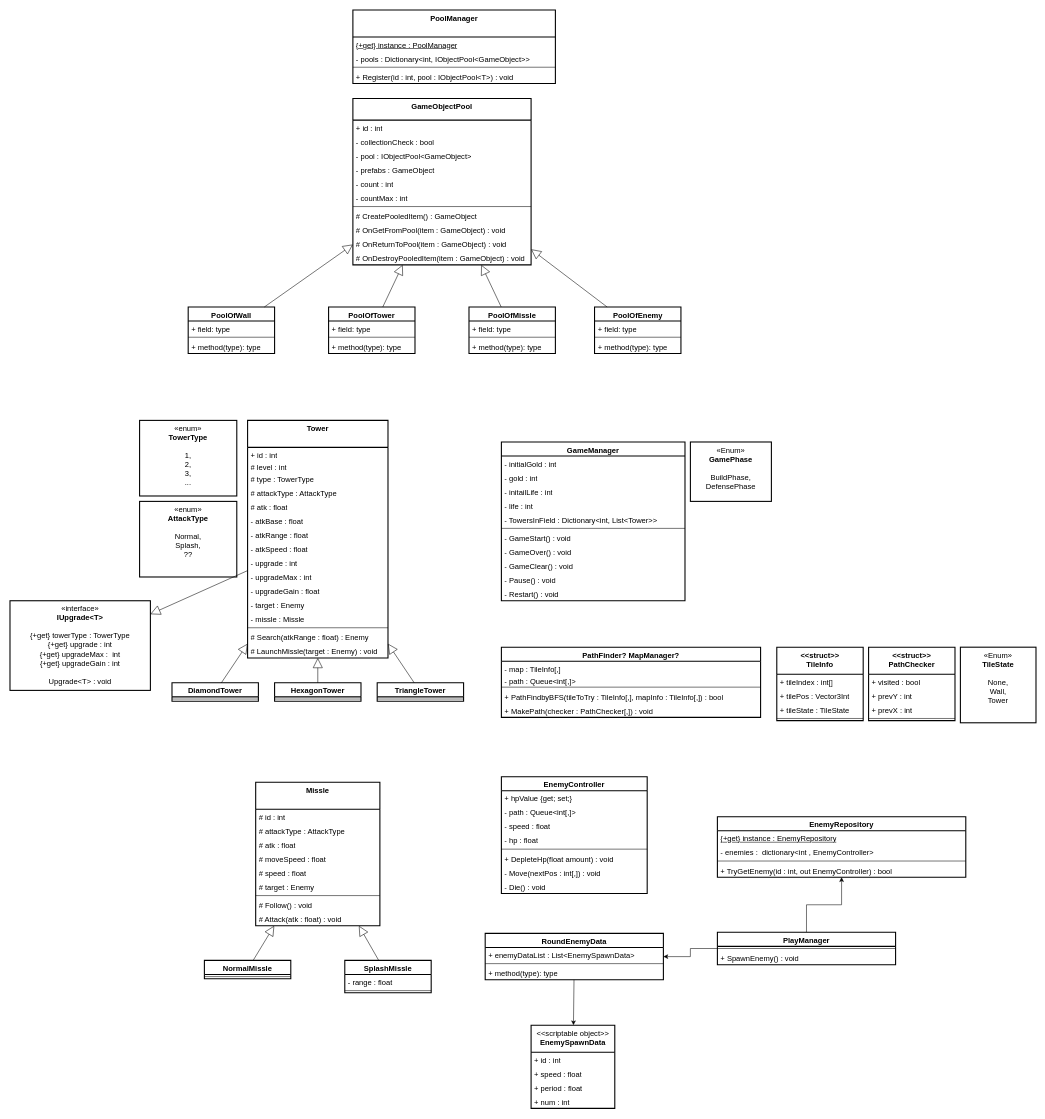
Earlier version of the draw.io diagram page "페이지-1" (1 of 3) of TD.drawio (app155/ETL_TD). Source tidied: cells renumbered, new cells numbered last; positions are measured from the earlier drawing's top-left corner, leaving out a move shared by most shapes. Both pictures are drawn from the tidied source at 54%, with x=0, y=0 at pixel (10, 10).
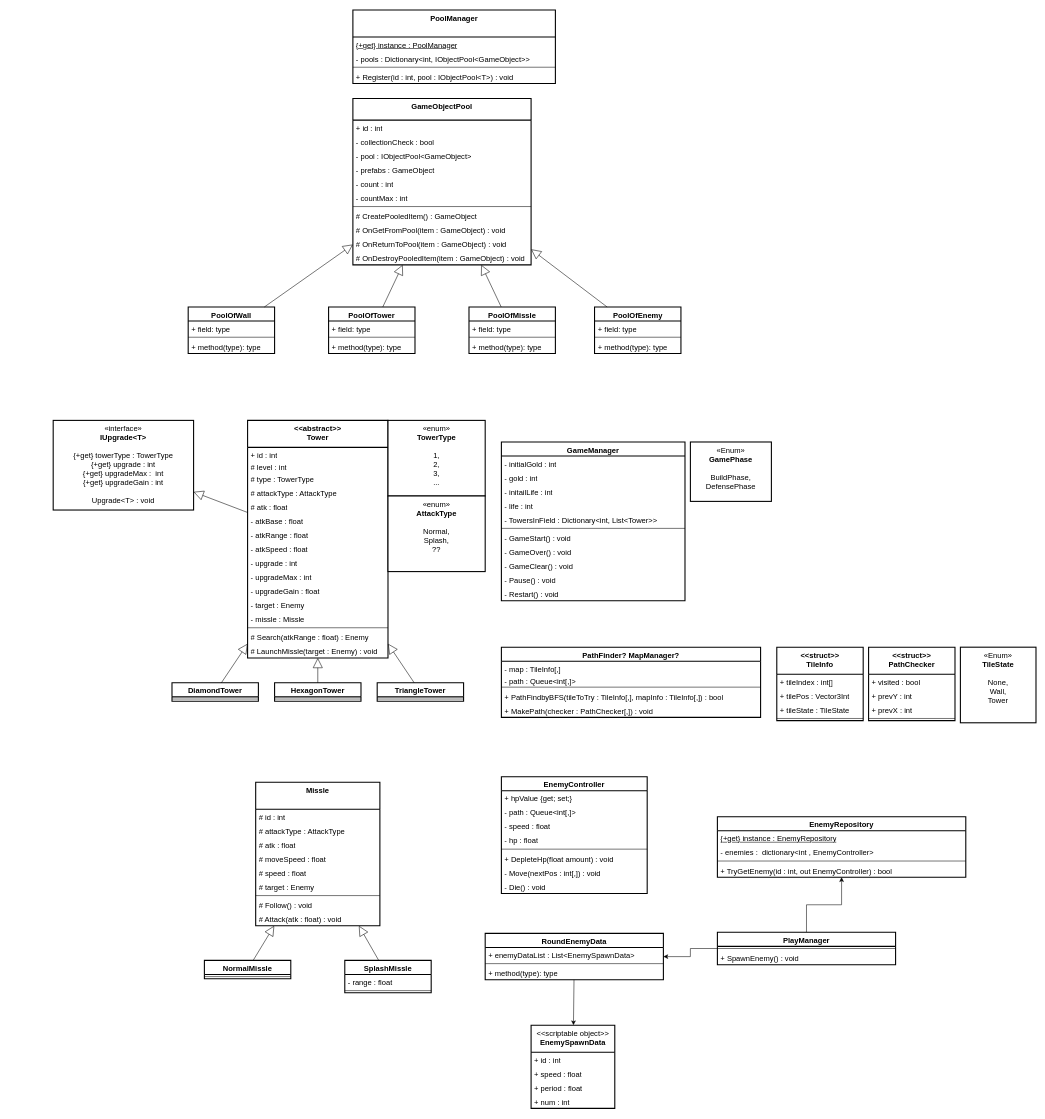
The same diagram, later.

What changed in the source:
```diff
@@
-    <mxCell id="2" value="Tower" style="swimlane;fontStyle=1;align=center;verticalAlign=top;horizontal=1;startSize=50;whiteSpace=wrap;html=1;fillStyle=auto;strokeColor=default;strokeWidth=2;spacingTop=0;spacingBottom=0;spacing=2;fontFamily=Helvetica;fontSize=14;fontColor=default;fillColor=default;" parent="1" vertex="1">
+    <mxCell id="2" value="&amp;lt;&amp;lt;abstract&amp;gt;&amp;gt;&lt;br&gt;Tower" style="swimlane;fontStyle=1;align=center;verticalAlign=top;horizontal=1;startSize=50;whiteSpace=wrap;html=1;fillStyle=auto;strokeColor=default;strokeWidth=2;spacingTop=0;spacingBottom=0;spacing=2;fontFamily=Helvetica;fontSize=14;fontColor=default;fillColor=default;" parent="1" vertex="1">
       <mxGeometry x="440" y="760" width="260" height="440" as="geometry" />
     </mxCell>
@@
     <mxCell id="29" value="«enum»&lt;br&gt;&lt;b&gt;TowerType&lt;/b&gt;&lt;br&gt;&lt;br&gt;1,&lt;br&gt;2,&lt;br&gt;3,&lt;br&gt;..." style="html=1;whiteSpace=wrap;fillStyle=auto;strokeColor=default;strokeWidth=2;align=center;verticalAlign=top;spacingTop=0;spacingBottom=0;spacing=2;fontFamily=Helvetica;fontSize=14;fontColor=default;fillColor=default;" parent="1" vertex="1">
-      <mxGeometry x="240" y="760" width="180" height="140" as="geometry" />
+      <mxGeometry x="700" y="760" width="180" height="140" as="geometry" />
     </mxCell>
@@
     <mxCell id="39" value="«enum»&lt;br&gt;&lt;b&gt;AttackType&lt;/b&gt;&lt;br&gt;&lt;br&gt;Normal,&lt;br&gt;Splash,&lt;br&gt;??" style="html=1;whiteSpace=wrap;fillStyle=auto;strokeColor=default;strokeWidth=2;align=center;verticalAlign=top;spacingTop=0;spacingBottom=0;spacing=2;fontFamily=Helvetica;fontSize=14;fontColor=default;fillColor=default;" parent="1" vertex="1">
-      <mxGeometry x="240" y="910" width="180" height="140" as="geometry" />
+      <mxGeometry x="700" y="900" width="180" height="140" as="geometry" />
     </mxCell>
@@
     <mxCell id="143" value="«interface»&lt;br&gt;&lt;b&gt;IUpgrade&amp;lt;T&amp;gt;&lt;/b&gt;&lt;br&gt;&lt;br&gt;{+get} towerType : TowerType&lt;br&gt;{+get} upgrade : int&lt;br&gt;{+get} upgradeMax :&amp;nbsp; int&lt;br&gt;{+get} upgradeGain : int&lt;br&gt;&lt;br&gt;Upgrade&amp;lt;T&amp;gt; : void" style="html=1;whiteSpace=wrap;fillStyle=auto;strokeColor=default;strokeWidth=2;align=center;verticalAlign=top;spacingTop=0;spacingBottom=0;spacing=2;fontFamily=Helvetica;fontSize=14;fontColor=default;startSize=50;fillColor=default;" parent="1" vertex="1">
-      <mxGeometry y="1094" width="260" height="166" as="geometry" />
+      <mxGeometry x="80" y="760" width="260" height="166" as="geometry" />
     </mxCell>
```
